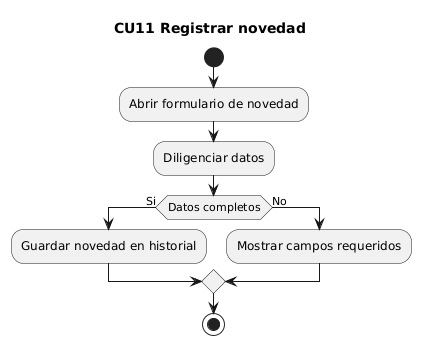
This is docs/uml/render/actividades_cu/CU11_actividad_registrar_novedad.png from maranavard/SISTEMA-COMPUTACIONAL-PARA-LA-GESTION-Y-CONTROL-DE-ACCESO-DE-AUTOMOVILES-M-DULO-WEB, a PlantUML export, as it was before one commit. Its diagram source:
```plantuml
@startuml
title CU11 Registrar novedad
start
:Abrir formulario de novedad;
:Diligenciar datos;
if (Datos completos) then (Si)
  :Guardar novedad en historial;
else (No)
  :Mostrar campos requeridos;
endif
stop
@enduml
```
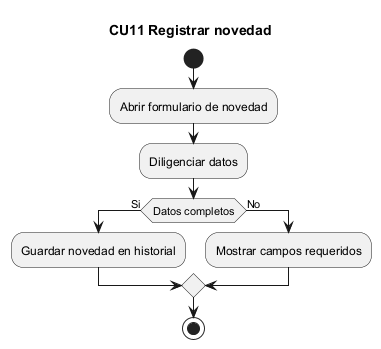
The same file after the commit.

Change to the diagram source:
```diff
@@ -1,4 +1,4 @@
-@startuml
+@startuml CU11_actividad_registrar_novedad
 title CU11 Registrar novedad
 start
 :Abrir formulario de novedad;
```
